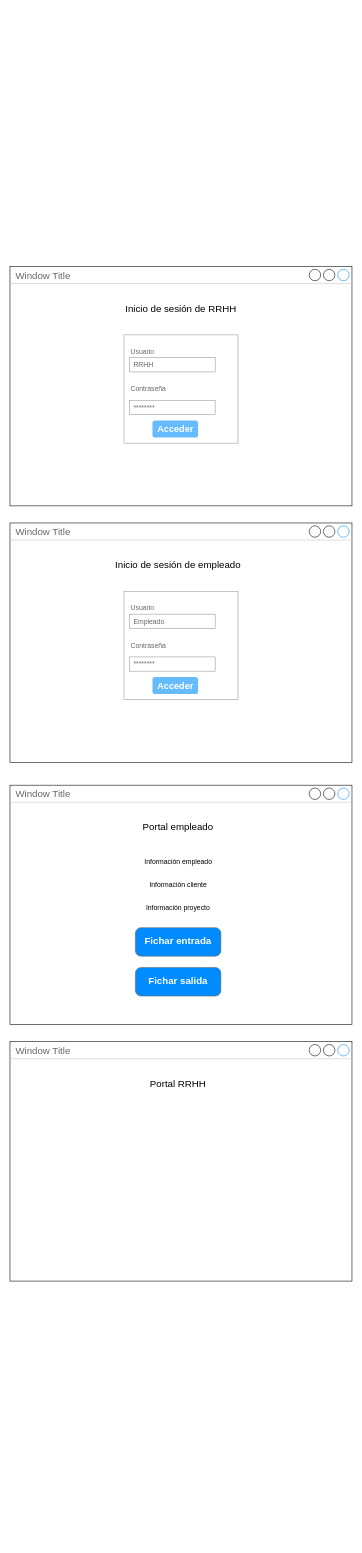
Before: MockUp aplicacion.drawio in KTtazo/practicaExtraordianria, a draw.io diagram. Source tidied: cells renumbered, new cells numbered last; positions are measured from the earlier drawing's top-left corner, leaving out a move shared by most shapes. Both pictures are drawn from the tidied source at 57%, with x=0, y=0 at pixel (10, 266).
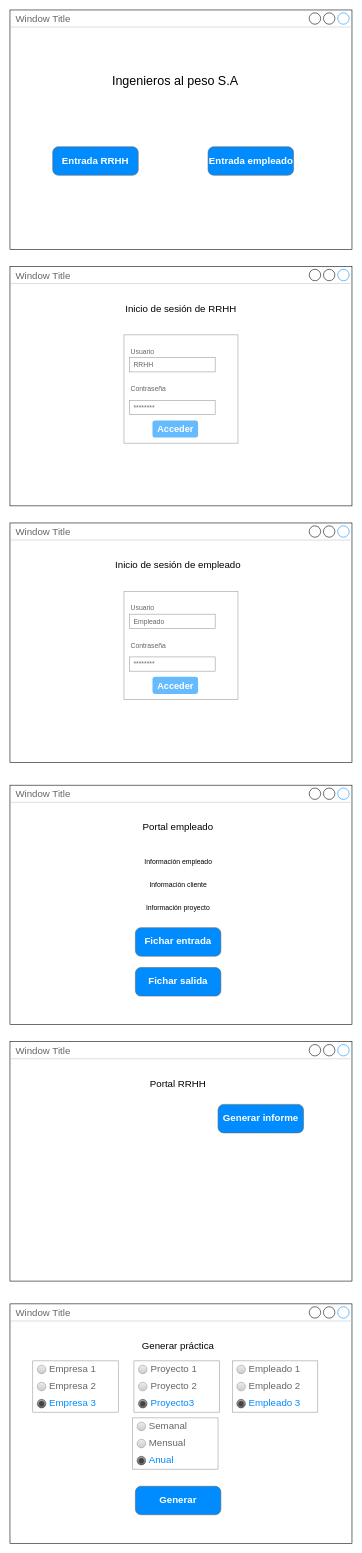
The same page after the edit.

What changed in the source:
```diff
@@
+    <mxCell id="27" value="Generar informe" style="strokeWidth=1;shadow=0;dashed=0;align=center;html=1;shape=mxgraph.mockup.buttons.button;strokeColor=#666666;fontColor=#ffffff;mainText=;buttonStyle=round;fontSize=17;fontStyle=1;fillColor=#008cff;whiteSpace=wrap;" parent="1" vertex="1">
+      <mxGeometry x="365" y="1470" width="150" height="50" as="geometry" />
+    </mxCell>
+    <mxCell id="28" value="Window Title" style="strokeWidth=1;shadow=0;dashed=0;align=center;html=1;shape=mxgraph.mockup.containers.window;align=left;verticalAlign=top;spacingLeft=8;strokeColor2=#008cff;strokeColor3=#c4c4c4;fontColor=#666666;mainText=;fontSize=17;labelBackgroundColor=none;whiteSpace=wrap;" parent="1" vertex="1">
+      <mxGeometry y="1820" width="600" height="420" as="geometry" />
+    </mxCell>
+    <mxCell id="29" value="&lt;font style=&quot;font-size: 17px;&quot;&gt;Generar práctica&lt;/font&gt;" style="text;html=1;strokeColor=none;fillColor=none;align=center;verticalAlign=middle;whiteSpace=wrap;rounded=0;" parent="1" vertex="1">
+      <mxGeometry x="180" y="1880" width="230" height="30" as="geometry" />
+    </mxCell>
+    <mxCell id="30" value="Generar" style="strokeWidth=1;shadow=0;dashed=0;align=center;html=1;shape=mxgraph.mockup.buttons.button;strokeColor=#666666;fontColor=#ffffff;mainText=;buttonStyle=round;fontSize=17;fontStyle=1;fillColor=#008cff;whiteSpace=wrap;" parent="1" vertex="1">
+      <mxGeometry x="220" y="2140" width="150" height="50" as="geometry" />
+    </mxCell>
+    <mxCell id="31" style="strokeWidth=1;shadow=0;dashed=0;align=center;html=1;shape=mxgraph.mockup.forms.rrect;rSize=0;strokeColor=#999999;fillColor=#ffffff;" parent="1" vertex="1">
+      <mxGeometry x="40" y="1920" width="150" height="90" as="geometry" />
+    </mxCell>
+    <mxCell id="32" value="Empresa 1" style="shape=ellipse;rSize=0;fillColor=#eeeeee;strokeColor=#999999;gradientColor=#cccccc;html=1;align=left;spacingLeft=4;fontSize=17;fontColor=#666666;labelPosition=right;" parent="31" vertex="1">
+      <mxGeometry x="8" y="7.5" width="15" height="15" as="geometry" />
+    </mxCell>
+    <mxCell id="33" value="Empresa 2" style="shape=ellipse;rSize=0;fillColor=#eeeeee;strokeColor=#999999;gradientColor=#cccccc;html=1;align=left;spacingLeft=4;fontSize=17;fontColor=#666666;labelPosition=right;" parent="31" vertex="1">
+      <mxGeometry x="8" y="37.5" width="15" height="15" as="geometry" />
+    </mxCell>
+    <mxCell id="34" value="Empresa 3" style="shape=ellipse;rSize=0;fillColor=#aaaaaa;strokeColor=#444444;gradientColor=#666666;html=1;align=left;spacingLeft=4;fontSize=17;fontColor=#008cff;labelPosition=right;" parent="31" vertex="1">
+      <mxGeometry x="8" y="67.5" width="15" height="15" as="geometry" />
+    </mxCell>
+    <mxCell id="35" style="shape=ellipse;fillColor=#444444;strokeColor=none;html=1;" parent="34" vertex="1">
+      <mxGeometry x="3" y="3" width="9" height="9" as="geometry" />
+    </mxCell>
+    <mxCell id="36" style="strokeWidth=1;shadow=0;dashed=0;align=center;html=1;shape=mxgraph.mockup.forms.rrect;rSize=0;strokeColor=#999999;fillColor=#ffffff;" parent="1" vertex="1">
+      <mxGeometry x="217.5" y="1920" width="150" height="90" as="geometry" />
+    </mxCell>
+    <mxCell id="37" value="Proyecto 1" style="shape=ellipse;rSize=0;fillColor=#eeeeee;strokeColor=#999999;gradientColor=#cccccc;html=1;align=left;spacingLeft=4;fontSize=17;fontColor=#666666;labelPosition=right;" parent="36" vertex="1">
+      <mxGeometry x="8" y="7.5" width="15" height="15" as="geometry" />
+    </mxCell>
+    <mxCell id="38" value="Proyecto 2" style="shape=ellipse;rSize=0;fillColor=#eeeeee;strokeColor=#999999;gradientColor=#cccccc;html=1;align=left;spacingLeft=4;fontSize=17;fontColor=#666666;labelPosition=right;" parent="36" vertex="1">
+      <mxGeometry x="8" y="37.5" width="15" height="15" as="geometry" />
+    </mxCell>
+    <mxCell id="39" value="Proyecto3" style="shape=ellipse;rSize=0;fillColor=#aaaaaa;strokeColor=#444444;gradientColor=#666666;html=1;align=left;spacingLeft=4;fontSize=17;fontColor=#008cff;labelPosition=right;" parent="36" vertex="1">
+      <mxGeometry x="8" y="67.5" width="15" height="15" as="geometry" />
+    </mxCell>
+    <mxCell id="40" style="shape=ellipse;fillColor=#444444;strokeColor=none;html=1;" parent="39" vertex="1">
+      <mxGeometry x="3" y="3" width="9" height="9" as="geometry" />
+    </mxCell>
+    <mxCell id="41" style="strokeWidth=1;shadow=0;dashed=0;align=center;html=1;shape=mxgraph.mockup.forms.rrect;rSize=0;strokeColor=#999999;fillColor=#ffffff;" parent="1" vertex="1">
+      <mxGeometry x="390" y="1920" width="150" height="90" as="geometry" />
+    </mxCell>
+    <mxCell id="42" value="Empleado 1" style="shape=ellipse;rSize=0;fillColor=#eeeeee;strokeColor=#999999;gradientColor=#cccccc;html=1;align=left;spacingLeft=4;fontSize=17;fontColor=#666666;labelPosition=right;" parent="41" vertex="1">
+      <mxGeometry x="8" y="7.5" width="15" height="15" as="geometry" />
+    </mxCell>
+    <mxCell id="43" value="Empleado 2" style="shape=ellipse;rSize=0;fillColor=#eeeeee;strokeColor=#999999;gradientColor=#cccccc;html=1;align=left;spacingLeft=4;fontSize=17;fontColor=#666666;labelPosition=right;" parent="41" vertex="1">
+      <mxGeometry x="8" y="37.5" width="15" height="15" as="geometry" />
+    </mxCell>
+    <mxCell id="44" value="Empleado 3" style="shape=ellipse;rSize=0;fillColor=#aaaaaa;strokeColor=#444444;gradientColor=#666666;html=1;align=left;spacingLeft=4;fontSize=17;fontColor=#008cff;labelPosition=right;" parent="41" vertex="1">
+      <mxGeometry x="8" y="67.5" width="15" height="15" as="geometry" />
+    </mxCell>
+    <mxCell id="45" style="shape=ellipse;fillColor=#444444;strokeColor=none;html=1;" parent="44" vertex="1">
+      <mxGeometry x="3" y="3" width="9" height="9" as="geometry" />
+    </mxCell>
+    <mxCell id="46" style="strokeWidth=1;shadow=0;dashed=0;align=center;html=1;shape=mxgraph.mockup.forms.rrect;rSize=0;strokeColor=#999999;fillColor=#ffffff;" parent="1" vertex="1">
+      <mxGeometry x="215" y="2020" width="150" height="90" as="geometry" />
+    </mxCell>
+    <mxCell id="47" value="Semanal" style="shape=ellipse;rSize=0;fillColor=#eeeeee;strokeColor=#999999;gradientColor=#cccccc;html=1;align=left;spacingLeft=4;fontSize=17;fontColor=#666666;labelPosition=right;" parent="46" vertex="1">
+      <mxGeometry x="8" y="7.5" width="15" height="15" as="geometry" />
+    </mxCell>
+    <mxCell id="48" value="Mensual" style="shape=ellipse;rSize=0;fillColor=#eeeeee;strokeColor=#999999;gradientColor=#cccccc;html=1;align=left;spacingLeft=4;fontSize=17;fontColor=#666666;labelPosition=right;" parent="46" vertex="1">
+      <mxGeometry x="8" y="37.5" width="15" height="15" as="geometry" />
+    </mxCell>
+    <mxCell id="49" value="Anual" style="shape=ellipse;rSize=0;fillColor=#aaaaaa;strokeColor=#444444;gradientColor=#666666;html=1;align=left;spacingLeft=4;fontSize=17;fontColor=#008cff;labelPosition=right;" parent="46" vertex="1">
+      <mxGeometry x="8" y="67.5" width="15" height="15" as="geometry" />
+    </mxCell>
+    <mxCell id="50" style="shape=ellipse;fillColor=#444444;strokeColor=none;html=1;" parent="49" vertex="1">
+      <mxGeometry x="3" y="3" width="9" height="9" as="geometry" />
+    </mxCell>
+    <mxCell id="51" value="Window Title" style="strokeWidth=1;shadow=0;dashed=0;align=center;html=1;shape=mxgraph.mockup.containers.window;align=left;verticalAlign=top;spacingLeft=8;strokeColor2=#008cff;strokeColor3=#c4c4c4;fontColor=#666666;mainText=;fontSize=17;labelBackgroundColor=none;whiteSpace=wrap;" parent="1" vertex="1">
+      <mxGeometry y="-450" width="600" height="420" as="geometry" />
+    </mxCell>
+    <mxCell id="52" value="&lt;font style=&quot;font-size: 22px;&quot;&gt;Ingenieros al peso S.A&lt;/font&gt;" style="text;html=1;strokeColor=none;fillColor=none;align=center;verticalAlign=middle;whiteSpace=wrap;rounded=0;" parent="1" vertex="1">
+      <mxGeometry x="170" y="-340" width="240" height="30" as="geometry" />
+    </mxCell>
+    <mxCell id="53" value="Entrada RRHH" style="strokeWidth=1;shadow=0;dashed=0;align=center;html=1;shape=mxgraph.mockup.buttons.button;strokeColor=#666666;fontColor=#ffffff;mainText=;buttonStyle=round;fontSize=17;fontStyle=1;fillColor=#008cff;whiteSpace=wrap;" parent="1" vertex="1">
+      <mxGeometry x="75" y="-210" width="150" height="50" as="geometry" />
+    </mxCell>
+    <mxCell id="54" value="Entrada empleado" style="strokeWidth=1;shadow=0;dashed=0;align=center;html=1;shape=mxgraph.mockup.buttons.button;strokeColor=#666666;fontColor=#ffffff;mainText=;buttonStyle=round;fontSize=17;fontStyle=1;fillColor=#008cff;whiteSpace=wrap;" parent="1" vertex="1">
+      <mxGeometry x="347.5" y="-210" width="150" height="50" as="geometry" />
+    </mxCell>
```
